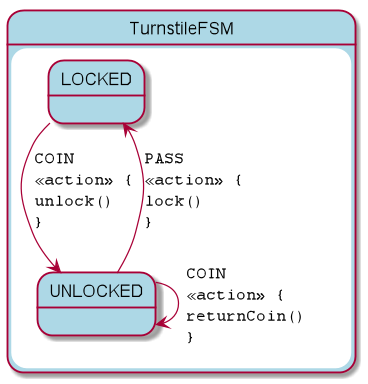
Earlier version of the PlantUML export turnstile.png (open-jumpco/kfsm-web). The source it was exported from:
```plantuml
@startuml
skinparam StateFontName Helvetica
skinparam defaultFontName Monospaced
skinparam state {
    BackgroundColor LightBlue
}
state TurnstileFSM {
LOCKED --> UNLOCKED : COIN\l<<action>> {\lunlock()\l}
UNLOCKED --> LOCKED : PASS\l<<action>> {\llock()\l}
UNLOCKED --> UNLOCKED : COIN\l<<action>> {\lreturnCoin()\l}
}
@enduml
```
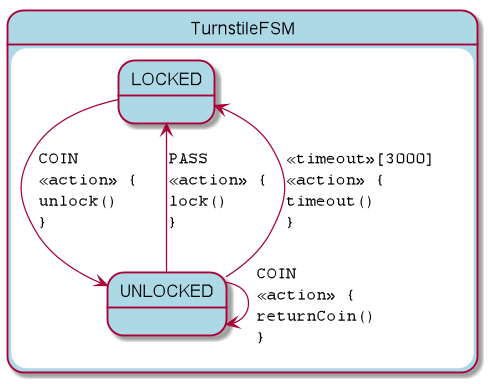
Later version of the same file.

Commit message:
updated to demonstrate timeout

Diff of the diagram source:
```diff
@@ -8,5 +8,6 @@
 LOCKED --> UNLOCKED : COIN\l<<action>> {\lunlock()\l}
 UNLOCKED --> LOCKED : PASS\l<<action>> {\llock()\l}
 UNLOCKED --> UNLOCKED : COIN\l<<action>> {\lreturnCoin()\l}
+UNLOCKED --> LOCKED : <<timeout>>[3000]\l<<action>> {\ltimeout()\l}
 }
 @enduml
```
